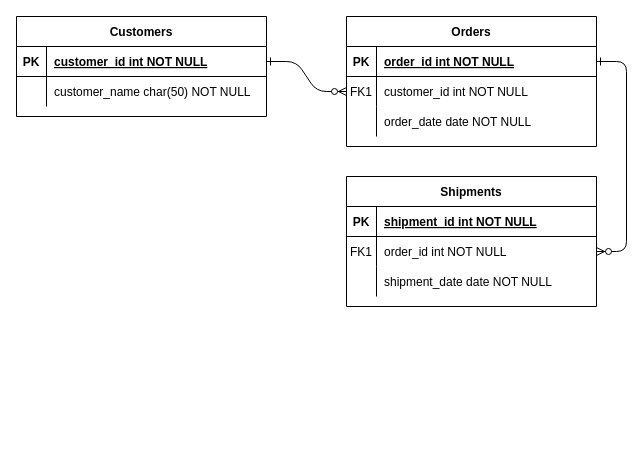
The draw.io diagram Diagrama sin título.drawio in JonhNino/Book-s, before the edit. Source tidied: cells renumbered, new cells numbered last; positions are measured from the earlier drawing's top-left corner, leaving out a move shared by most shapes. Both pictures are drawn from the tidied source at 100%, with x=0, y=0 at pixel (16, 16).
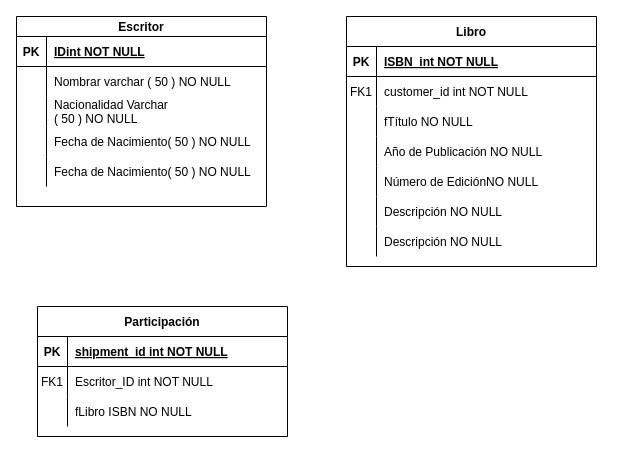
After the change.

The change refers to these unchanged cells:
```xml
<mxCell id="5" style="shape=partialRectangle;fillColor=none;points=[[0,0.5],[1,0.5]];portConstraint=eastwest;top=0;left=0;right=0;bottom=1;" parent="4" vertex="1">
  <mxGeometry y="30" width="250" height="30" as="geometry" />
</mxCell>
<mxCell id="8" style="shape=partialRectangle;fillColor=none;points=[[0,0.5],[1,0.5]];portConstraint=eastwest;top=0;left=0;right=0;bottom=0;" parent="4" vertex="1">
  <mxGeometry y="60" width="250" height="30" as="geometry" />
</mxCell>
<mxCell id="11" style="shape=partialRectangle;fillColor=none;top=0;left=0;right=0;bottom=0;" parent="4" vertex="1">
  <mxGeometry y="90" width="250" height="30" as="geometry" />
</mxCell>
<mxCell id="18" style="shape=partialRectangle;fillColor=none;points=[[0,0.5],[1,0.5]];portConstraint=eastwest;top=0;left=0;right=0;bottom=0;" parent="14" vertex="1">
  <mxGeometry y="60" width="250" height="30" as="geometry" />
</mxCell>
<mxCell id="21" style="shape=partialRectangle;fillColor=none;top=0;left=0;right=0;bottom=0;" parent="14" vertex="1">
  <mxGeometry y="90" width="250" height="30" as="geometry" />
</mxCell>
```

Diff of the diagram source:
```diff
@@
-    <mxCell id="2" style="edgeStyle=entityRelationEdgeStyle;endArrow=ERzeroToMany;startArrow=ERone;endFill=1;startFill=0;" parent="1" edge="1" source="25" target="8">
-      <mxGeometry relative="1" as="geometry" />
-    </mxCell>
-    <mxCell id="3" style="edgeStyle=entityRelationEdgeStyle;endArrow=ERzeroToMany;startArrow=ERone;endFill=1;startFill=0;" parent="1" edge="1" source="5" target="18">
-      <mxGeometry relative="1" as="geometry" />
-    </mxCell>
-    <mxCell id="4" value="Orders" style="shape=table;startSize=30;childLayout=tableLayout;rowLines=0;fontStyle=1;align=center;" parent="1" vertex="1">
-      <mxGeometry x="330" width="250" height="130" as="geometry" />
+    <mxCell id="4" value="Libro" style="shape=table;startSize=30;childLayout=tableLayout;rowLines=0;fontStyle=1;align=center;" parent="1" vertex="1">
+      <mxGeometry x="330" width="250" height="250" as="geometry" />
     </mxCell>
@@
-    <mxCell id="7" value="order_id int NOT NULL " style="shape=partialRectangle;overflow=hidden;fillColor=none;top=0;left=0;bottom=0;right=0;align=left;spacingLeft=6;fontStyle=5;" parent="5" vertex="1">
+    <mxCell id="7" value="ISBN  int NOT NULL " style="shape=partialRectangle;overflow=hidden;fillColor=none;top=0;left=0;bottom=0;right=0;align=left;spacingLeft=6;fontStyle=5;" parent="5" vertex="1">
       <mxGeometry x="30" width="220" height="30" as="geometry" />
     </mxCell>
@@
-    <mxCell id="13" value="order_date date NOT NULL" style="shape=partialRectangle;overflow=hidden;fillColor=none;top=0;left=0;bottom=0;right=0;align=left;spacingLeft=6;" parent="11" vertex="1">
+    <mxCell id="13" value="fTítulo NO NULL" style="shape=partialRectangle;overflow=hidden;fillColor=none;top=0;left=0;bottom=0;right=0;align=left;spacingLeft=6;" parent="11" vertex="1">
       <mxGeometry x="30" width="220" height="30" as="geometry" />
     </mxCell>
+    <mxCell id="31" style="shape=partialRectangle;fillColor=none;top=0;left=0;right=0;bottom=0;" parent="4" vertex="1">
+      <mxGeometry y="120" width="250" height="30" as="geometry" />
+    </mxCell>
+    <mxCell id="32" style="shape=partialRectangle;overflow=hidden;fillColor=none;top=0;left=0;bottom=0;right=0;" parent="31" vertex="1">
+      <mxGeometry width="30" height="30" as="geometry" />
+    </mxCell>
+    <mxCell id="33" value="Año de Publicación NO NULL" style="shape=partialRectangle;overflow=hidden;fillColor=none;top=0;left=0;bottom=0;right=0;align=left;spacingLeft=6;" parent="31" vertex="1">
+      <mxGeometry x="30" width="220" height="30" as="geometry" />
+    </mxCell>
+    <mxCell id="34" style="shape=partialRectangle;fillColor=none;top=0;left=0;right=0;bottom=0;" parent="4" vertex="1">
+      <mxGeometry y="150" width="250" height="30" as="geometry" />
+    </mxCell>
+    <mxCell id="35" style="shape=partialRectangle;overflow=hidden;fillColor=none;top=0;left=0;bottom=0;right=0;" parent="34" vertex="1">
+      <mxGeometry width="30" height="30" as="geometry" />
+    </mxCell>
+    <mxCell id="36" value="Número de EdiciónNO NULL" style="shape=partialRectangle;overflow=hidden;fillColor=none;top=0;left=0;bottom=0;right=0;align=left;spacingLeft=6;" parent="34" vertex="1">
+      <mxGeometry x="30" width="220" height="30" as="geometry" />
+    </mxCell>
+    <mxCell id="37" style="shape=partialRectangle;fillColor=none;top=0;left=0;right=0;bottom=0;" parent="4" vertex="1">
+      <mxGeometry y="180" width="250" height="30" as="geometry" />
+    </mxCell>
+    <mxCell id="38" style="shape=partialRectangle;overflow=hidden;fillColor=none;top=0;left=0;bottom=0;right=0;" parent="37" vertex="1">
+      <mxGeometry width="30" height="30" as="geometry" />
+    </mxCell>
+    <mxCell id="39" value="Descripción NO NULL" style="shape=partialRectangle;overflow=hidden;fillColor=none;top=0;left=0;bottom=0;right=0;align=left;spacingLeft=6;" parent="37" vertex="1">
+      <mxGeometry x="30" width="220" height="30" as="geometry" />
+    </mxCell>
+    <mxCell id="40" style="shape=partialRectangle;fillColor=none;top=0;left=0;right=0;bottom=0;" parent="4" vertex="1">
+      <mxGeometry y="210" width="250" height="30" as="geometry" />
+    </mxCell>
+    <mxCell id="41" style="shape=partialRectangle;overflow=hidden;fillColor=none;top=0;left=0;bottom=0;right=0;" parent="40" vertex="1">
+      <mxGeometry width="30" height="30" as="geometry" />
+    </mxCell>
+    <mxCell id="42" value="Descripción NO NULL" style="shape=partialRectangle;overflow=hidden;fillColor=none;top=0;left=0;bottom=0;right=0;align=left;spacingLeft=6;" parent="40" vertex="1">
+      <mxGeometry x="30" width="220" height="30" as="geometry" />
+    </mxCell>
-    <mxCell id="14" value="Shipments" style="shape=table;startSize=30;childLayout=tableLayout;rowLines=0;fontStyle=1;align=center;" parent="1" vertex="1">
-      <mxGeometry x="330" y="160" width="250" height="130" as="geometry" />
+    <mxCell id="14" value="Participación" style="shape=table;startSize=30;childLayout=tableLayout;rowLines=0;fontStyle=1;align=center;" parent="1" vertex="1">
+      <mxGeometry x="21" y="290" width="250" height="130" as="geometry" />
     </mxCell>
@@
-    <mxCell id="20" value="order_id int NOT NULL" style="shape=partialRectangle;overflow=hidden;fillColor=none;top=0;left=0;bottom=0;right=0;align=left;spacingLeft=6;" parent="18" vertex="1">
+    <mxCell id="20" value="Escritor_ID int NOT NULL" style="shape=partialRectangle;overflow=hidden;fillColor=none;top=0;left=0;bottom=0;right=0;align=left;spacingLeft=6;" parent="18" vertex="1">
       <mxGeometry x="30" width="220" height="30" as="geometry" />
     </mxCell>
@@
-    <mxCell id="23" value="shipment_date date NOT NULL" style="shape=partialRectangle;overflow=hidden;fillColor=none;top=0;left=0;bottom=0;right=0;align=left;spacingLeft=6;" parent="21" vertex="1">
+    <mxCell id="23" value="fLibro ISBN NO NULL" style="shape=partialRectangle;overflow=hidden;fillColor=none;top=0;left=0;bottom=0;right=0;align=left;spacingLeft=6;" parent="21" vertex="1">
       <mxGeometry x="30" width="220" height="30" as="geometry" />
     </mxCell>
-    <mxCell id="24" value="Customers" style="shape=table;startSize=30;childLayout=tableLayout;rowLines=0;fontStyle=1;align=center;" parent="1" vertex="1">
-      <mxGeometry width="250" height="100" as="geometry" />
+    <mxCell id="24" value="Escritor" style="shape=table;startSize=20;childLayout=tableLayout;rowLines=0;fontStyle=1;align=center;" parent="1" vertex="1">
+      <mxGeometry width="250" height="190" as="geometry" />
     </mxCell>
     <mxCell id="25" style="shape=partialRectangle;fillColor=none;points=[[0,0.5],[1,0.5]];portConstraint=eastwest;top=0;left=0;right=0;bottom=1;" parent="24" vertex="1">
-      <mxGeometry y="30" width="250" height="30" as="geometry" />
+      <mxGeometry y="20" width="250" height="30" as="geometry" />
     </mxCell>
@@
-    <mxCell id="27" value="customer_id int NOT NULL " style="shape=partialRectangle;overflow=hidden;fillColor=none;top=0;left=0;bottom=0;right=0;align=left;spacingLeft=6;fontStyle=5;" parent="25" vertex="1">
+    <mxCell id="27" value="IDint NOT NULL " style="shape=partialRectangle;overflow=hidden;fillColor=none;top=0;left=0;bottom=0;right=0;align=left;spacingLeft=6;fontStyle=5;" parent="25" vertex="1">
       <mxGeometry x="30" width="220" height="30" as="geometry" />
     </mxCell>
     <mxCell id="28" style="shape=partialRectangle;fillColor=none;top=0;left=0;right=0;bottom=0;" parent="24" vertex="1">
-      <mxGeometry y="60" width="250" height="30" as="geometry" />
+      <mxGeometry y="50" width="250" height="30" as="geometry" />
     </mxCell>
@@
-    <mxCell id="30" value="customer_name char(50) NOT NULL" style="shape=partialRectangle;overflow=hidden;fillColor=none;top=0;left=0;bottom=0;right=0;align=left;spacingLeft=6;" parent="28" vertex="1">
+    <mxCell id="30" value="Nombrar varchar ( 50 ) NO NULL" style="shape=partialRectangle;overflow=hidden;fillColor=none;top=0;left=0;bottom=0;right=0;align=left;spacingLeft=6;" parent="28" vertex="1">
       <mxGeometry x="30" width="220" height="30" as="geometry" />
     </mxCell>
+    <mxCell id="43" style="shape=partialRectangle;fillColor=none;top=0;left=0;right=0;bottom=0;" parent="24" vertex="1">
+      <mxGeometry y="80" width="250" height="30" as="geometry" />
+    </mxCell>
+    <mxCell id="44" style="shape=partialRectangle;overflow=hidden;fillColor=none;top=0;left=0;bottom=0;right=0;" parent="43" vertex="1">
+      <mxGeometry width="30" height="30" as="geometry" />
+    </mxCell>
+    <mxCell id="45" value="Nacionalidad Varchar&#10;( 50 ) NO NULL" style="shape=partialRectangle;overflow=hidden;fillColor=none;top=0;left=0;bottom=0;right=0;align=left;spacingLeft=6;" parent="43" vertex="1">
+      <mxGeometry x="30" width="220" height="30" as="geometry" />
+    </mxCell>
+    <mxCell id="46" style="shape=partialRectangle;fillColor=none;top=0;left=0;right=0;bottom=0;" parent="24" vertex="1">
+      <mxGeometry y="110" width="250" height="30" as="geometry" />
+    </mxCell>
+    <mxCell id="47" style="shape=partialRectangle;overflow=hidden;fillColor=none;top=0;left=0;bottom=0;right=0;" parent="46" vertex="1">
+      <mxGeometry width="30" height="30" as="geometry" />
+    </mxCell>
+    <mxCell id="48" value="Fecha de Nacimiento( 50 ) NO NULL" style="shape=partialRectangle;overflow=hidden;fillColor=none;top=0;left=0;bottom=0;right=0;align=left;spacingLeft=6;" parent="46" vertex="1">
+      <mxGeometry x="30" width="220" height="30" as="geometry" />
+    </mxCell>
+    <mxCell id="49" style="shape=partialRectangle;fillColor=none;top=0;left=0;right=0;bottom=0;" parent="24" vertex="1">
+      <mxGeometry y="140" width="250" height="30" as="geometry" />
+    </mxCell>
+    <mxCell id="50" style="shape=partialRectangle;overflow=hidden;fillColor=none;top=0;left=0;bottom=0;right=0;" parent="49" vertex="1">
+      <mxGeometry width="30" height="30" as="geometry" />
+    </mxCell>
+    <mxCell id="51" value="Fecha de Nacimiento( 50 ) NO NULL" style="shape=partialRectangle;overflow=hidden;fillColor=none;top=0;left=0;bottom=0;right=0;align=left;spacingLeft=6;" parent="49" vertex="1">
+      <mxGeometry x="30" width="220" height="30" as="geometry" />
+    </mxCell>
```
